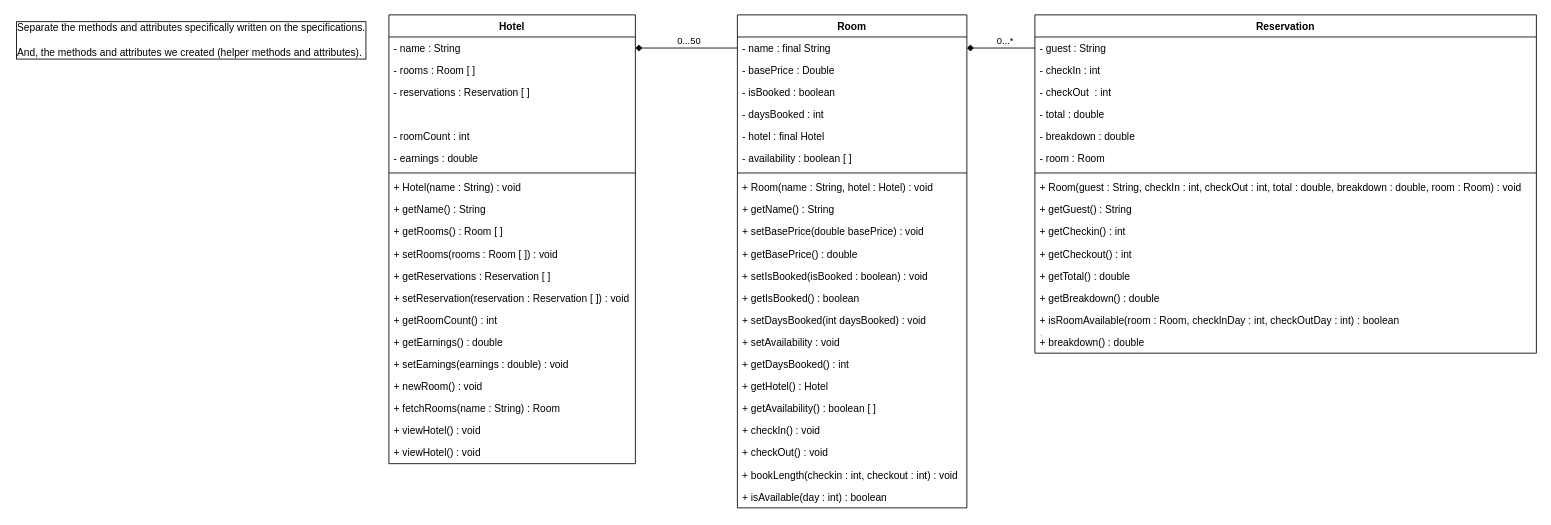
Above: docs/UML.drawio in zrygan/CCPROG3-MCOs (draw.io), before the change. Source tidied: cells renumbered, new cells numbered last; positions are measured from the earlier drawing's top-left corner, leaving out a move shared by most shapes. Both pictures are drawn from the tidied source at 85%, with x=0, y=0 at pixel (14, 14).
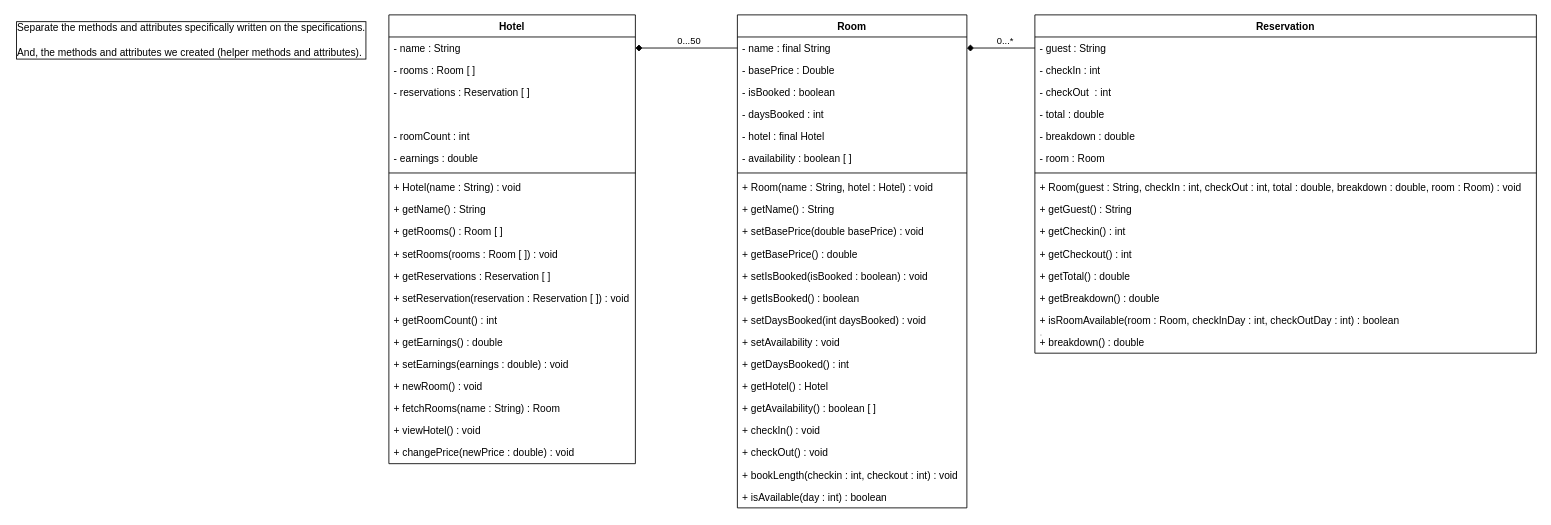
The same page after the edit.

Commit message:
Updated UML with `changePrice`

The change refers to these unchanged cells:
```xml
<mxCell id="2" value="Hotel" style="swimlane;fontStyle=1;align=center;verticalAlign=top;horizontal=1;startSize=26;" parent="1" vertex="1">
  <mxGeometry x="440" width="290" height="528" as="geometry" />
</mxCell>
```

Diff of the diagram source:
```diff
@@
-    <mxCell id="22" value="+ viewHotel() : void" style="text;strokeColor=none;fillColor=none;align=left;verticalAlign=top;spacingLeft=4;spacingRight=4;overflow=hidden;" parent="2" vertex="1">
+    <mxCell id="22" value="+ changePrice(newPrice : double) : void" style="text;strokeColor=none;fillColor=none;align=left;verticalAlign=top;spacingLeft=4;spacingRight=4;overflow=hidden;" parent="2" vertex="1">
       <mxGeometry y="502" width="290" height="26" as="geometry" />
     </mxCell>
```
